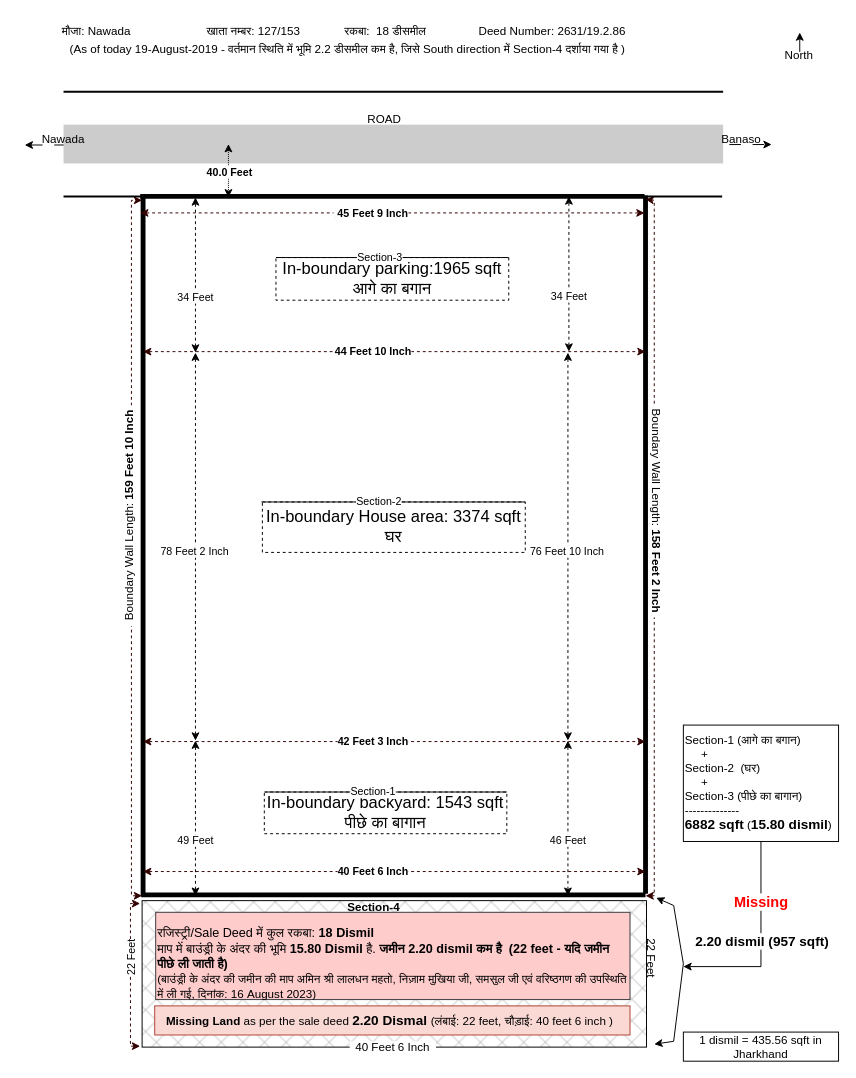
This is drawing/banaso-land/Untitled Diagram.drawio from javabrown/draw.io, a draw.io file, before an edit. Source tidied: cells renumbered, new cells numbered last; positions are measured from the earlier drawing's top-left corner, leaving out a move shared by most shapes. Both pictures are drawn from the tidied source at 97%, with x=0, y=0 at pixel (19, 16).
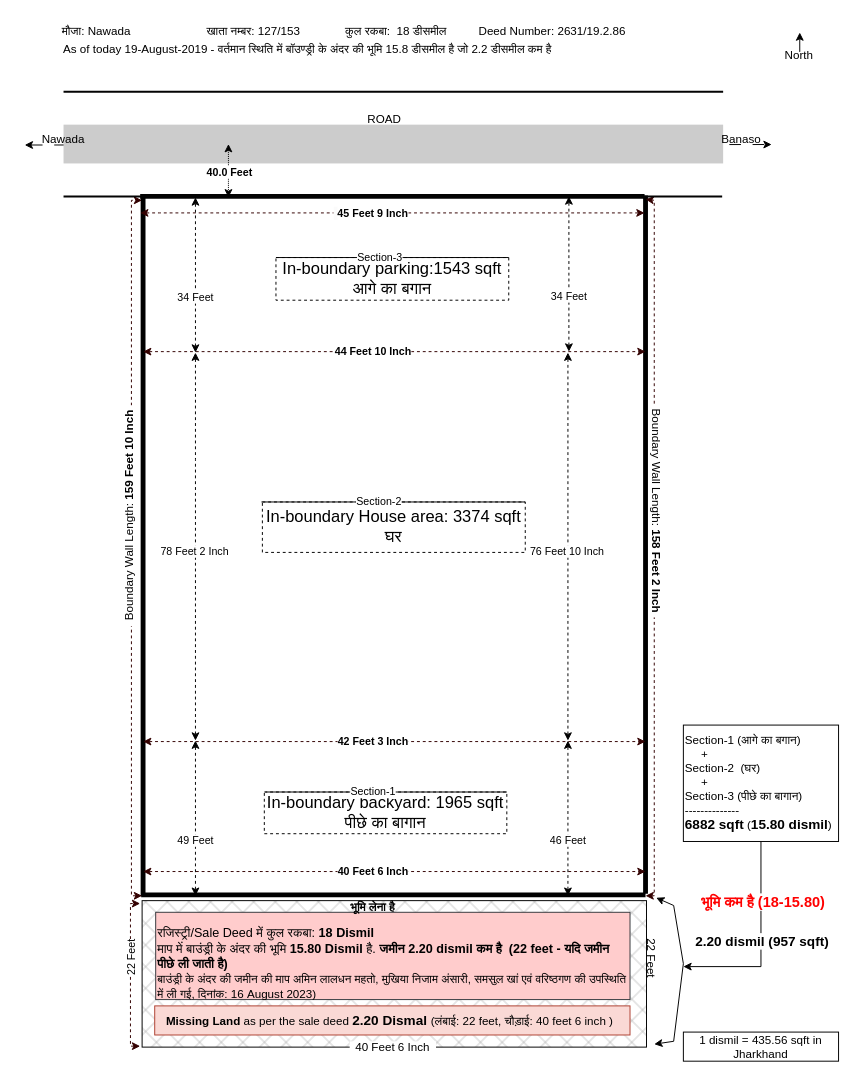
After the change.

Unchanged cells that the change refers to:
```xml
<mxCell id="58" style="edgeStyle=orthogonalEdgeStyle;rounded=0;orthogonalLoop=1;jettySize=auto;html=1;" parent="1" edge="1">
  <mxGeometry relative="1" as="geometry">
    <mxPoint x="764" y="840" as="sourcePoint" />
    <mxPoint x="684" y="979" as="targetPoint" />
    <Array as="points">
      <mxPoint x="764" y="979" />
    </Array>
  </mxGeometry>
</mxCell>
```

Diff of the diagram source:
```diff
@@
-    <mxCell id="42" value="&lt;span style=&quot;background-color: initial;&quot;&gt;&lt;br&gt;रजिस्ट्री/Sale Deed में कुल रकबा: &lt;/span&gt;&lt;b style=&quot;background-color: initial;&quot;&gt;18 Dismil&lt;/b&gt;&lt;span style=&quot;background-color: initial;&quot;&gt;&amp;nbsp; &amp;nbsp; &amp;nbsp; &amp;nbsp;&lt;/span&gt;&lt;br&gt;&lt;span style=&quot;background-color: initial;&quot;&gt;माप में बाउंड्री के अंदर की भूमि&amp;nbsp;&lt;/span&gt;&lt;b style=&quot;background-color: initial;&quot;&gt;15.80&amp;nbsp;&lt;/b&gt;&lt;b style=&quot;background-color: initial;&quot;&gt;Dismil&lt;/b&gt;&lt;b style=&quot;background-color: initial;&quot;&gt;&amp;nbsp;&lt;/b&gt;&lt;span style=&quot;border-color: var(--border-color);&quot;&gt;है.&lt;/span&gt;&lt;b style=&quot;background-color: initial;&quot;&gt;&amp;nbsp;&lt;/b&gt;&lt;b&gt;जमीन 2.20 dismil कम है&amp;nbsp; (22 feet - यदि जमीन पीछे ली जाती है)&lt;/b&gt;&lt;br&gt;&lt;div style=&quot;&quot;&gt;&lt;font style=&quot;font-size: 12px;&quot;&gt;(बाउंड्री के अंदर की जमीन की माप अमिन श्री लालधन महतो, निज़ाम मुखिया जी, समसुल जी एवं वरिष्ठगण की उपस्थिति में ली गई, दिनांक: 16 August 2023)&lt;/font&gt;&lt;/div&gt;" style="text;html=1;align=left;verticalAlign=middle;whiteSpace=wrap;rounded=0;strokeColor=#36393d;fillColor=#ffcccc;fontSize=13;" parent="1" vertex="1">
+    <mxCell id="42" value="&lt;span style=&quot;background-color: initial;&quot;&gt;&lt;br&gt;रजिस्ट्री/Sale Deed में कुल रकबा: &lt;/span&gt;&lt;b style=&quot;background-color: initial;&quot;&gt;18 Dismil&lt;/b&gt;&lt;span style=&quot;background-color: initial;&quot;&gt;&amp;nbsp; &amp;nbsp; &amp;nbsp; &amp;nbsp;&lt;/span&gt;&lt;br&gt;&lt;span style=&quot;background-color: initial;&quot;&gt;माप में बाउंड्री के अंदर की भूमि&amp;nbsp;&lt;/span&gt;&lt;b style=&quot;background-color: initial;&quot;&gt;15.80&amp;nbsp;&lt;/b&gt;&lt;b style=&quot;background-color: initial;&quot;&gt;Dismil&lt;/b&gt;&lt;b style=&quot;background-color: initial;&quot;&gt;&amp;nbsp;&lt;/b&gt;&lt;span style=&quot;border-color: var(--border-color);&quot;&gt;है.&lt;/span&gt;&lt;b style=&quot;background-color: initial;&quot;&gt;&amp;nbsp;&lt;/b&gt;&lt;b&gt;जमीन 2.20 dismil कम है&amp;nbsp; (22 feet - यदि जमीन पीछे ली जाती है)&lt;/b&gt;&lt;br&gt;&lt;div style=&quot;&quot;&gt;&lt;font style=&quot;font-size: 12px;&quot;&gt;बाउंड्री के अंदर की जमीन की माप अमिन लालधन महतो,&amp;nbsp;&lt;/font&gt;&lt;font style=&quot;font-size: 12px;&quot;&gt;मुखिया निजाम अंसारी, समसुल खां एवं वरिष्ठगण की उपस्थिति में ली गई, दिनांक: 16 August 2023)&lt;/font&gt;&lt;/div&gt;" style="text;html=1;align=left;verticalAlign=middle;whiteSpace=wrap;rounded=0;strokeColor=#36393d;fillColor=#ffcccc;fontSize=13;" parent="1" vertex="1">
       <mxGeometry x="140" y="923" width="489" height="90" as="geometry" />
     </mxCell>
-    <mxCell id="43" value="In-boundary parking:1965 sqft&lt;br&gt;आगे का बगान" style="text;html=1;strokeColor=default;fillColor=none;align=center;verticalAlign=middle;whiteSpace=wrap;rounded=0;strokeWidth=1;fontSize=17;labelBorderColor=none;dashed=1;" parent="1" vertex="1">
+    <mxCell id="43" value="In-boundary parking:1543 sqft&lt;br&gt;आगे का बगान" style="text;html=1;strokeColor=default;fillColor=none;align=center;verticalAlign=middle;whiteSpace=wrap;rounded=0;strokeWidth=1;fontSize=17;labelBorderColor=none;dashed=1;" parent="1" vertex="1">
       <mxGeometry x="264" y="248" width="240" height="44" as="geometry" />
     </mxCell>
@@
-    <mxCell id="46" value="In-boundary backyard: 1543 sqft&lt;br&gt;पीछे का बागान" style="text;html=1;strokeColor=default;fillColor=none;align=center;verticalAlign=middle;whiteSpace=wrap;rounded=0;strokeWidth=1;fontSize=17;labelBorderColor=none;dashed=1;" parent="1" vertex="1">
+    <mxCell id="46" value="In-boundary backyard: 1965 sqft&lt;br&gt;पीछे का बागान" style="text;html=1;strokeColor=default;fillColor=none;align=center;verticalAlign=middle;whiteSpace=wrap;rounded=0;strokeWidth=1;fontSize=17;labelBorderColor=none;dashed=1;" parent="1" vertex="1">
       <mxGeometry x="252" y="799" width="250" height="43" as="geometry" />
     </mxCell>
@@
-    <mxCell id="59" value="Missing" style="edgeLabel;html=1;align=center;verticalAlign=middle;fontStyle=1;fontColor=#FF0000;fontSize=15;" parent="58" vertex="1">
+    <mxCell id="59" value="&amp;nbsp;भूमि कम है (18-15.80)" style="edgeLabel;html=1;align=center;verticalAlign=middle;fontStyle=1;fontColor=#FF0000;fontSize=15;" parent="58" vertex="1">
       <mxGeometry x="-0.35" y="-1" relative="1" as="geometry" />
     </mxCell>
@@
-    <mxCell id="64" value="रकबा:&amp;nbsp; 18 डीसमील" style="text;html=1;strokeColor=none;fillColor=none;align=center;verticalAlign=middle;whiteSpace=wrap;rounded=0;" parent="1" vertex="1">
-      <mxGeometry x="332" width="90" height="30" as="geometry" />
+    <mxCell id="64" value="कुल रकबा:&amp;nbsp; 18 डीसमील" style="text;html=1;strokeColor=none;fillColor=none;align=center;verticalAlign=middle;whiteSpace=wrap;rounded=0;" parent="1" vertex="1">
+      <mxGeometry x="332" width="112" height="30" as="geometry" />
     </mxCell>
@@
-    <mxCell id="66" value="&amp;nbsp; &amp;nbsp;(As of today 19-August-2019 - वर्तमान स्थिति में भूमि 2.2 डीसमील कम है, जिसे South direction में Section-4 दर्शाया गया है )" style="text;html=1;strokeColor=none;fillColor=none;align=center;verticalAlign=middle;whiteSpace=wrap;rounded=0;" parent="1" vertex="1">
-      <mxGeometry x="33" y="28" width="600" height="12" as="geometry" />
+    <mxCell id="66" value="&amp;nbsp; &amp;nbsp;As of today 19-August-2019 - वर्तमान स्थिति में बॉउण्ड्री के अंदर की भूमि 15.8 डीसमील है जो 2.2 डीसमील कम है" style="text;html=1;strokeColor=none;fillColor=none;align=left;verticalAlign=middle;whiteSpace=wrap;rounded=0;" parent="1" vertex="1">
+      <mxGeometry x="33" y="28" width="741" height="12" as="geometry" />
     </mxCell>
@@
-    <mxCell id="68" value="&lt;b&gt;Section-4&lt;/b&gt;" style="text;html=1;strokeColor=none;fillColor=none;align=center;verticalAlign=middle;whiteSpace=wrap;rounded=0;" parent="1" vertex="1">
-      <mxGeometry x="335" y="903" width="60" height="30" as="geometry" />
+    <mxCell id="68" value="&lt;b&gt;भूमि लेना है&lt;/b&gt;" style="text;html=1;strokeColor=none;fillColor=none;align=center;verticalAlign=middle;whiteSpace=wrap;rounded=0;" parent="1" vertex="1">
+      <mxGeometry x="334" y="903" width="60" height="30" as="geometry" />
     </mxCell>
```
